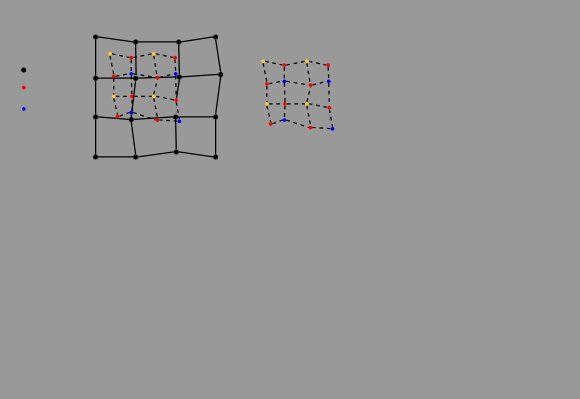
killroshan/visio_chart keeps this draw.io diagram as GDOC.drawio. Above is the earlier version. Source tidied: cells renumbered, new cells numbered last; positions are measured from the earlier drawing's top-left corner, leaving out a move shared by most shapes. Both pictures are drawn from the tidied source at 125%, with x=0, y=0 at pixel (21, 34).
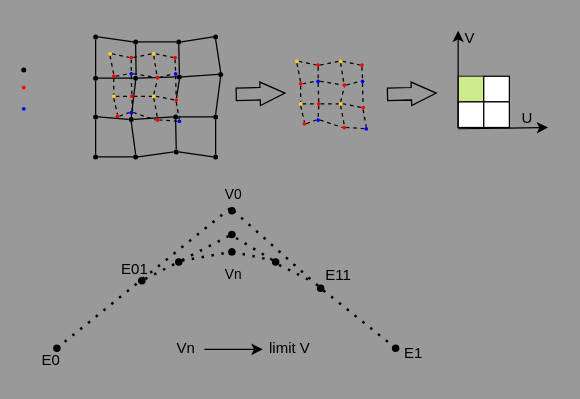
The same diagram, later.

Change to the diagram source:
```diff
@@
     <mxCell id="89" style="rounded=0;jettySize=auto;html=1;exitX=0.5;exitY=1;exitDx=0;exitDy=0;dashed=1;endArrow=none;endFill=0;strokeWidth=0;" parent="1" edge="1" source="128">
       <mxGeometry relative="1" as="geometry">
-        <mxPoint x="246" y="69.7" as="targetPoint" />
+        <mxPoint x="273" y="69.7" as="targetPoint" />
       </mxGeometry>
     </mxCell>
@@
     <mxCell id="92" style="ellipse;whiteSpace=wrap;html=1;strokeColor=none;fillColor=#ffcd28;gradientColor=none;" parent="1" vertex="1">
-      <mxGeometry x="191.5" y="20" width="3" height="3" as="geometry" />
+      <mxGeometry x="218.5" y="20" width="3" height="3" as="geometry" />
     </mxCell>
@@
     <mxCell id="95" style="ellipse;whiteSpace=wrap;html=1;strokeColor=none;fillColor=#ffcd28;gradientColor=none;" parent="1" vertex="1">
-      <mxGeometry x="226.5" y="20" width="3" height="3" as="geometry" />
+      <mxGeometry x="253.5" y="20" width="3" height="3" as="geometry" />
     </mxCell>
@@
     <mxCell id="98" style="ellipse;whiteSpace=wrap;html=1;strokeColor=none;fillColor=#ffcd28;gradientColor=none;" parent="1" vertex="1">
-      <mxGeometry x="194.5" y="54" width="3" height="3" as="geometry" />
+      <mxGeometry x="221.5" y="54" width="3" height="3" as="geometry" />
     </mxCell>
@@
     <mxCell id="102" style="ellipse;whiteSpace=wrap;html=1;strokeColor=none;fillColor=#ffcd28;gradientColor=none;" parent="1" vertex="1">
-      <mxGeometry x="226.5" y="54" width="3" height="3" as="geometry" />
+      <mxGeometry x="253.5" y="54" width="3" height="3" as="geometry" />
     </mxCell>
@@
     <mxCell id="105" style="ellipse;whiteSpace=wrap;html=1;fillColor=#FF0000;strokeColor=none;" parent="1" vertex="1">
-      <mxGeometry x="208.5" y="23" width="3" height="3" as="geometry" />
+      <mxGeometry x="235.5" y="23" width="3" height="3" as="geometry" />
     </mxCell>
@@
     <mxCell id="108" style="ellipse;whiteSpace=wrap;html=1;fillColor=#FF0000;strokeColor=none;" parent="1" vertex="1">
-      <mxGeometry x="194.5" y="38" width="3" height="3" as="geometry" />
+      <mxGeometry x="221.5" y="38" width="3" height="3" as="geometry" />
     </mxCell>
@@
     <mxCell id="110" style="ellipse;whiteSpace=wrap;html=1;fillColor=#FF0000;strokeColor=none;" parent="1" vertex="1">
-      <mxGeometry x="229.5" y="39" width="3" height="3" as="geometry" />
+      <mxGeometry x="256.5" y="39" width="3" height="3" as="geometry" />
     </mxCell>
@@
     <mxCell id="112" style="edgeStyle=orthogonalEdgeStyle;rounded=0;jettySize=auto;html=1;exitX=1;exitY=1;exitDx=0;exitDy=0;" parent="1" edge="1" source="113">
       <mxGeometry relative="1" as="geometry">
-        <mxPoint x="246" y="25.5" as="targetPoint" />
+        <mxPoint x="273" y="25.5" as="targetPoint" />
       </mxGeometry>
     </mxCell>
     <mxCell id="113" style="ellipse;whiteSpace=wrap;html=1;fillColor=#FF0000;strokeColor=none;" parent="1" vertex="1">
-      <mxGeometry x="243.5" y="23" width="3" height="3" as="geometry" />
+      <mxGeometry x="270.5" y="23" width="3" height="3" as="geometry" />
     </mxCell>
@@
     <mxCell id="115" style="ellipse;whiteSpace=wrap;html=1;fillColor=#FF0000;strokeColor=none;" parent="1" vertex="1">
-      <mxGeometry x="197.5" y="70" width="3" height="3" as="geometry" />
+      <mxGeometry x="224.5" y="70" width="3" height="3" as="geometry" />
     </mxCell>
@@
     <mxCell id="117" style="ellipse;whiteSpace=wrap;html=1;fillColor=#FF0000;strokeColor=none;" parent="1" vertex="1">
-      <mxGeometry x="229.5" y="73" width="3" height="3" as="geometry" />
+      <mxGeometry x="256.5" y="73" width="3" height="3" as="geometry" />
     </mxCell>
@@
     <mxCell id="120" style="ellipse;whiteSpace=wrap;html=1;strokeColor=none;fillColor=#0000FF;" parent="1" vertex="1">
-      <mxGeometry x="208.5" y="36" width="3" height="3" as="geometry" />
+      <mxGeometry x="235.5" y="36" width="3" height="3" as="geometry" />
     </mxCell>
@@
     <mxCell id="122" style="ellipse;whiteSpace=wrap;html=1;strokeColor=none;fillColor=#0000FF;" parent="1" vertex="1">
-      <mxGeometry x="244" y="36" width="3" height="3" as="geometry" />
+      <mxGeometry x="271" y="36" width="3" height="3" as="geometry" />
     </mxCell>
@@
     <mxCell id="124" style="ellipse;whiteSpace=wrap;html=1;strokeColor=none;fillColor=#0000FF;" parent="1" vertex="1">
-      <mxGeometry x="208.5" y="67" width="3" height="3" as="geometry" />
+      <mxGeometry x="235.5" y="67" width="3" height="3" as="geometry" />
     </mxCell>
@@
     <mxCell id="126" style="ellipse;whiteSpace=wrap;html=1;strokeColor=none;fillColor=#0000FF;" parent="1" vertex="1">
-      <mxGeometry x="247" y="74" width="3" height="3" as="geometry" />
+      <mxGeometry x="274" y="74" width="3" height="3" as="geometry" />
     </mxCell>
@@
     <mxCell id="128" style="ellipse;whiteSpace=wrap;html=1;fillColor=#FF0000;strokeColor=none;" parent="1" vertex="1">
-      <mxGeometry x="244.5" y="57" width="3" height="3" as="geometry" />
+      <mxGeometry x="271.5" y="57" width="3" height="3" as="geometry" />
     </mxCell>
     <mxCell id="129" style="ellipse;whiteSpace=wrap;html=1;fillColor=#FF0000;strokeColor=none;" parent="1" vertex="1">
-      <mxGeometry x="209" y="54" width="3" height="3" as="geometry" />
+      <mxGeometry x="236" y="54" width="3" height="3" as="geometry" />
     </mxCell>
+    <mxCell id="130" style="whiteSpace=wrap;html=1;fillColor=#cdeb8b;strokeColor=#36393d;" parent="1" vertex="1">
+      <mxGeometry x="349" y="33.5" width="20.5" height="20.5" as="geometry" />
+    </mxCell>
+    <mxCell id="131" style="whiteSpace=wrap;html=1;" parent="1" vertex="1">
+      <mxGeometry x="369.5" y="33.5" width="20.5" height="20.5" as="geometry" />
+    </mxCell>
+    <mxCell id="132" style="whiteSpace=wrap;html=1;" parent="1" vertex="1">
+      <mxGeometry x="349" y="54" width="20.5" height="20.5" as="geometry" />
+    </mxCell>
+    <mxCell id="133" style="whiteSpace=wrap;html=1;" parent="1" vertex="1">
+      <mxGeometry x="369.5" y="54" width="20.5" height="20.5" as="geometry" />
+    </mxCell>
+    <mxCell id="134" style="endArrow=classic;html=1;rounded=0;" parent="1" edge="1">
+      <mxGeometry relative="1" as="geometry">
+        <mxPoint x="349" y="75.5" as="sourcePoint" />
+        <mxPoint x="421" y="74.5" as="targetPoint" />
+      </mxGeometry>
+    </mxCell>
+    <mxCell id="135" style="endArrow=classic;html=1;rounded=0;exitX=0;exitY=1;exitDx=0;exitDy=0;" parent="1" edge="1" source="132">
+      <mxGeometry relative="1" as="geometry">
+        <mxPoint x="349" y="-3" as="targetPoint" />
+      </mxGeometry>
+    </mxCell>
+    <mxCell id="136" value="U" style="text;html=1;align=center;verticalAlign=middle;strokeColor=none;fillColor=none;" parent="1" vertex="1">
+      <mxGeometry x="390" y="54" width="27" height="26" as="geometry" />
+    </mxCell>
+    <mxCell id="137" value="V" style="text;html=1;align=center;verticalAlign=middle;strokeColor=none;fillColor=none;" parent="1" vertex="1">
+      <mxGeometry x="345" y="-10" width="26" height="26" as="geometry" />
+    </mxCell>
+    <mxCell id="138" style="shape=flexArrow;endArrow=classic;html=1;rounded=0;endWidth=7.727272727272727;endSize=6.299999999999999;" parent="1" edge="1">
+      <mxGeometry relative="1" as="geometry">
+        <mxPoint x="171" y="48" as="sourcePoint" />
+        <mxPoint x="211" y="47" as="targetPoint" />
+      </mxGeometry>
+    </mxCell>
+    <mxCell id="139" style="shape=flexArrow;endArrow=classic;html=1;rounded=0;endWidth=7.727272727272727;endSize=6.299999999999999;" parent="1" edge="1">
+      <mxGeometry relative="1" as="geometry">
+        <mxPoint x="292" y="48" as="sourcePoint" />
+        <mxPoint x="332" y="47" as="targetPoint" />
+      </mxGeometry>
+    </mxCell>
+    <mxCell id="140" style="endArrow=none;dashed=1;html=1;dashPattern=1 3;strokeWidth=2;rounded=0;" parent="1" edge="1">
+      <mxGeometry relative="1" as="geometry">
+        <mxPoint x="28" y="251" as="sourcePoint" />
+        <mxPoint x="168" y="138" as="targetPoint" />
+      </mxGeometry>
+    </mxCell>
+    <mxCell id="141" style="endArrow=none;dashed=1;html=1;dashPattern=1 3;strokeWidth=2;rounded=0;" parent="1" edge="1" source="157">
+      <mxGeometry relative="1" as="geometry">
+        <mxPoint x="168" y="140" as="targetPoint" />
+      </mxGeometry>
+    </mxCell>
+    <mxCell id="142" value="&lt;font style=&quot;font-size: 11px;&quot;&gt;V0&lt;/font&gt;" style="text;html=1;align=center;verticalAlign=middle;strokeColor=none;fillColor=none;" parent="1" vertex="1">
+      <mxGeometry x="152" y="115" width="33" height="26" as="geometry" />
+    </mxCell>
+    <mxCell id="143" value="E0" style="text;html=1;align=center;verticalAlign=middle;strokeColor=none;fillColor=none;" parent="1" vertex="1">
+      <mxGeometry x="6" y="248" width="33" height="26" as="geometry" />
+    </mxCell>
+    <mxCell id="144" value="E1" style="text;html=1;align=center;verticalAlign=middle;strokeColor=none;fillColor=none;" parent="1" vertex="1">
+      <mxGeometry x="296" y="242" width="33" height="26" as="geometry" />
+    </mxCell>
+    <mxCell id="145" style="ellipse;whiteSpace=wrap;html=1;strokeColor=none;fillColor=#000000;" parent="1" vertex="1">
+      <mxGeometry x="165" y="138" width="6" height="6" as="geometry" />
+    </mxCell>
+    <mxCell id="146" style="endArrow=none;dashed=1;html=1;dashPattern=1 3;strokeWidth=2;rounded=0;" parent="1" edge="1" source="159" target="147">
+      <mxGeometry relative="1" as="geometry" />
+    </mxCell>
+    <mxCell id="147" style="ellipse;whiteSpace=wrap;html=1;strokeColor=none;fillColor=#000000;" parent="1" vertex="1">
+      <mxGeometry x="165" y="157" width="6" height="6" as="geometry" />
+    </mxCell>
+    <mxCell id="148" style="endArrow=none;dashed=1;html=1;dashPattern=1 3;strokeWidth=2;rounded=0;entryX=1;entryY=1;entryDx=0;entryDy=0;" parent="1" edge="1" source="161" target="147">
+      <mxGeometry relative="1" as="geometry" />
+    </mxCell>
+    <mxCell id="149" style="endArrow=none;dashed=1;html=1;dashPattern=1 3;strokeWidth=2;rounded=0;" parent="1" edge="1" source="163">
+      <mxGeometry relative="1" as="geometry">
+        <mxPoint x="166" y="173" as="targetPoint" />
+      </mxGeometry>
+    </mxCell>
+    <mxCell id="150" style="endArrow=none;dashed=1;html=1;dashPattern=1 3;strokeWidth=2;rounded=0;" parent="1" edge="1" target="163">
+      <mxGeometry relative="1" as="geometry">
+        <mxPoint x="128" y="181" as="sourcePoint" />
+      </mxGeometry>
+    </mxCell>
+    <mxCell id="151" style="endArrow=none;dashed=1;html=1;dashPattern=1 3;strokeWidth=2;rounded=0;" parent="1" edge="1" source="163">
+      <mxGeometry relative="1" as="geometry">
+        <mxPoint x="168" y="173" as="targetPoint" />
+      </mxGeometry>
+    </mxCell>
+    <mxCell id="152" style="ellipse;whiteSpace=wrap;html=1;strokeColor=none;fillColor=#000000;" parent="1" vertex="1">
+      <mxGeometry x="25" y="248" width="6" height="6" as="geometry" />
+    </mxCell>
+    <mxCell id="153" style="ellipse;whiteSpace=wrap;html=1;strokeColor=none;fillColor=#000000;" parent="1" vertex="1">
+      <mxGeometry x="296" y="248" width="6" height="6" as="geometry" />
+    </mxCell>
+    <mxCell id="154" style="endArrow=none;dashed=1;html=1;dashPattern=1 3;strokeWidth=2;rounded=0;" parent="1" edge="1" target="155">
+      <mxGeometry relative="1" as="geometry">
+        <mxPoint x="95" y="197" as="sourcePoint" />
+      </mxGeometry>
+    </mxCell>
+    <mxCell id="155" style="ellipse;whiteSpace=wrap;html=1;strokeColor=none;fillColor=#000000;" parent="1" vertex="1">
+      <mxGeometry x="93" y="194" width="6" height="6" as="geometry" />
+    </mxCell>
+    <mxCell id="156" style="endArrow=none;dashed=1;html=1;dashPattern=1 3;strokeWidth=2;rounded=0;" parent="1" edge="1" target="157">
+      <mxGeometry relative="1" as="geometry">
+        <mxPoint x="299" y="251" as="sourcePoint" />
+      </mxGeometry>
+    </mxCell>
+    <mxCell id="157" style="ellipse;whiteSpace=wrap;html=1;strokeColor=none;fillColor=#000000;" parent="1" vertex="1">
+      <mxGeometry x="236" y="200" width="6" height="6" as="geometry" />
+    </mxCell>
+    <mxCell id="158" style="endArrow=none;dashed=1;html=1;dashPattern=1 3;strokeWidth=2;rounded=0;" parent="1" edge="1" source="155" target="159">
+      <mxGeometry relative="1" as="geometry" />
+    </mxCell>
+    <mxCell id="159" style="ellipse;whiteSpace=wrap;html=1;strokeColor=none;fillColor=#000000;" parent="1" vertex="1">
+      <mxGeometry x="122.5" y="179" width="6" height="6" as="geometry" />
+    </mxCell>
+    <mxCell id="160" style="endArrow=none;dashed=1;html=1;dashPattern=1 3;strokeWidth=2;rounded=0;entryX=1;entryY=1;entryDx=0;entryDy=0;" parent="1" edge="1" target="161">
+      <mxGeometry relative="1" as="geometry">
+        <mxPoint x="229" y="196" as="sourcePoint" />
+      </mxGeometry>
+    </mxCell>
+    <mxCell id="161" style="ellipse;whiteSpace=wrap;html=1;strokeColor=none;fillColor=#000000;" parent="1" vertex="1">
+      <mxGeometry x="200" y="179" width="6" height="6" as="geometry" />
+    </mxCell>
+    <mxCell id="162" style="endArrow=none;dashed=1;html=1;dashPattern=1 3;strokeWidth=2;rounded=0;" parent="1" edge="1" target="163">
+      <mxGeometry relative="1" as="geometry">
+        <mxPoint x="202" y="181" as="sourcePoint" />
+      </mxGeometry>
+    </mxCell>
+    <mxCell id="163" style="ellipse;whiteSpace=wrap;html=1;strokeColor=none;fillColor=#000000;" parent="1" vertex="1">
+      <mxGeometry x="165" y="171" width="6" height="6" as="geometry" />
+    </mxCell>
+    <mxCell id="164" value="&lt;font style=&quot;font-size: 11px;&quot;&gt;Vn&lt;/font&gt;" style="text;html=1;align=center;verticalAlign=middle;strokeColor=none;fillColor=none;" parent="1" vertex="1">
+      <mxGeometry x="152" y="179" width="33" height="26" as="geometry" />
+    </mxCell>
+    <mxCell id="165" value="E01" style="text;html=1;align=center;verticalAlign=middle;strokeColor=none;fillColor=none;" parent="1" vertex="1">
+      <mxGeometry x="70" y="175" width="39" height="26" as="geometry" />
+    </mxCell>
+    <mxCell id="166" value="E11" style="text;html=1;align=center;verticalAlign=middle;strokeColor=none;fillColor=none;" parent="1" vertex="1">
+      <mxGeometry x="234" y="180" width="38" height="26" as="geometry" />
+    </mxCell>
+    <mxCell id="167" value="Vn" style="text;html=1;align=center;verticalAlign=middle;strokeColor=none;fillColor=none;" parent="1" vertex="1">
+      <mxGeometry x="114" y="238" width="33" height="26" as="geometry" />
+    </mxCell>
+    <mxCell id="168" value="limit V" style="text;html=1;align=center;verticalAlign=middle;points=[];strokeColor=none;fillColor=none;" parent="1" vertex="1">
+      <mxGeometry x="188" y="238" width="51" height="26" as="geometry" />
+    </mxCell>
+    <mxCell id="169" style="endArrow=classic;html=1;rounded=0;entryX=0.091;entryY=0.538;entryDx=0;entryDy=0;entryPerimeter=0;" parent="1" edge="1" target="168">
+      <mxGeometry relative="1" as="geometry">
+        <mxPoint x="146" y="252" as="sourcePoint" />
+      </mxGeometry>
+    </mxCell>
```
